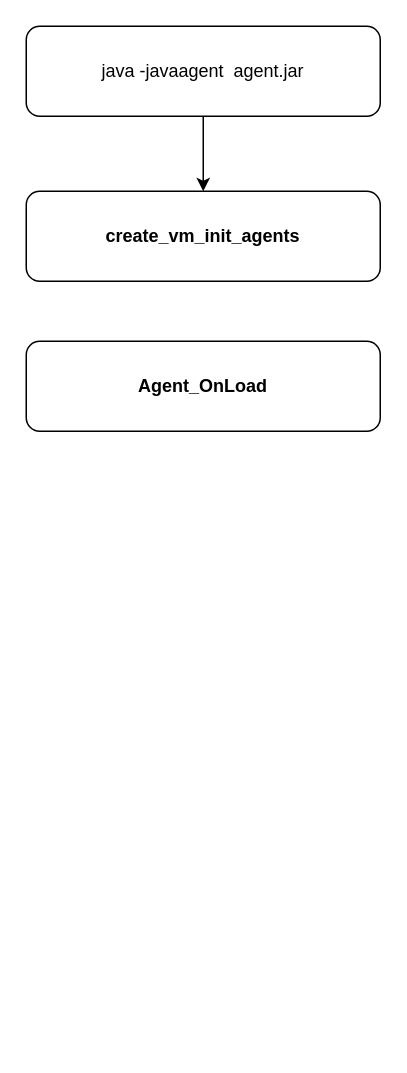
Before: java agent初始化过程.drawio in ChrisFynnWang/algorithm, a draw.io diagram. Source tidied: cells renumbered, new cells numbered last; positions are measured from the earlier drawing's top-left corner, leaving out a move shared by most shapes. Both pictures are drawn from the tidied source at 150%, with x=0, y=0 at pixel (26, 26).
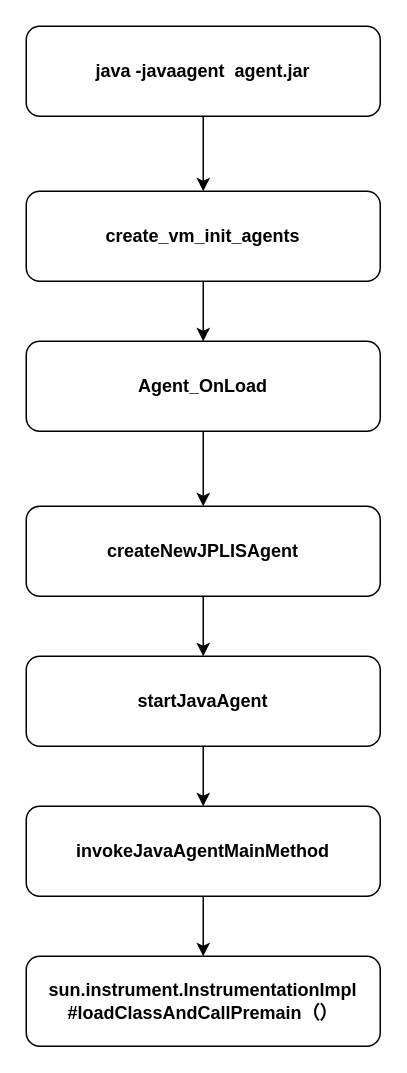
The same diagram, later.

Commit message (it also covers changes not shown here):
更新java agent初始化过程.drawio

What changed in the source:
```diff
@@
 <mxGraphModel>
   <root>
     <mxCell id="0" />
     <mxCell id="1" parent="0" />
     <mxCell id="2" style="edgeStyle=orthogonalEdgeStyle;rounded=0;jettySize=auto;html=1;exitX=0.5;exitY=1;exitDx=0;exitDy=0;entryX=0.5;entryY=0;entryDx=0;entryDy=0;" parent="1" edge="1" source="3" target="4">
       <mxGeometry relative="1" as="geometry" />
     </mxCell>
-    <mxCell id="3" value="java -javaagent&amp;nbsp; agent.jar" style="rounded=1;whiteSpace=wrap;html=1;" parent="1" vertex="1">
+    <mxCell id="3" value="java -javaagent&amp;nbsp; agent.jar" style="rounded=1;whiteSpace=wrap;html=1;fontStyle=1;" parent="1" vertex="1">
       <mxGeometry width="236" height="60" as="geometry" />
     </mxCell>
+    <mxCell id="6" style="edgeStyle=orthogonalEdgeStyle;rounded=0;jettySize=auto;html=1;exitX=0.5;exitY=1;exitDx=0;exitDy=0;entryX=0.5;entryY=0;entryDx=0;entryDy=0;" parent="1" edge="1" source="4" target="5">
+      <mxGeometry relative="1" as="geometry" />
+    </mxCell>
     <mxCell id="4" value="create_vm_init_agents" style="rounded=1;whiteSpace=wrap;html=1;fontStyle=1;" parent="1" vertex="1">
       <mxGeometry y="110" width="236" height="60" as="geometry" />
     </mxCell>
+    <mxCell id="7" style="edgeStyle=orthogonalEdgeStyle;rounded=0;jettySize=auto;html=1;exitX=0.5;exitY=1;exitDx=0;exitDy=0;" parent="1" edge="1" source="5" target="9">
+      <mxGeometry relative="1" as="geometry" />
+    </mxCell>
     <mxCell id="5" value="Agent_OnLoad" style="rounded=1;whiteSpace=wrap;html=1;fontStyle=1;" parent="1" vertex="1">
       <mxGeometry y="210" width="236" height="60" as="geometry" />
     </mxCell>
+    <mxCell id="8" style="edgeStyle=orthogonalEdgeStyle;rounded=0;jettySize=auto;html=1;exitX=0.5;exitY=1;exitDx=0;exitDy=0;" parent="1" edge="1" source="9" target="11">
+      <mxGeometry relative="1" as="geometry" />
+    </mxCell>
+    <mxCell id="9" value="createNewJPLISAgent" style="rounded=1;whiteSpace=wrap;html=1;fontStyle=1;" parent="1" vertex="1">
+      <mxGeometry y="320" width="236" height="60" as="geometry" />
+    </mxCell>
+    <mxCell id="10" style="edgeStyle=orthogonalEdgeStyle;rounded=0;jettySize=auto;html=1;exitX=0.5;exitY=1;exitDx=0;exitDy=0;entryX=0.5;entryY=0;entryDx=0;entryDy=0;" parent="1" edge="1" source="11" target="13">
+      <mxGeometry relative="1" as="geometry" />
+    </mxCell>
+    <mxCell id="11" value="startJavaAgent" style="rounded=1;whiteSpace=wrap;html=1;fontStyle=1;" parent="1" vertex="1">
+      <mxGeometry y="420" width="236" height="60" as="geometry" />
+    </mxCell>
+    <mxCell id="12" style="edgeStyle=orthogonalEdgeStyle;rounded=0;jettySize=auto;html=1;exitX=0.5;exitY=1;exitDx=0;exitDy=0;" parent="1" edge="1" source="13" target="14">
+      <mxGeometry relative="1" as="geometry" />
+    </mxCell>
+    <mxCell id="13" value="invokeJavaAgentMainMethod" style="rounded=1;whiteSpace=wrap;html=1;fontStyle=1;" parent="1" vertex="1">
+      <mxGeometry y="520" width="236" height="60" as="geometry" />
+    </mxCell>
+    <mxCell id="14" value="sun.instrument.InstrumentationImpl&lt;br&gt;#loadClassAndCallPremain（）" style="rounded=1;whiteSpace=wrap;html=1;fontStyle=1;" parent="1" vertex="1">
+      <mxGeometry y="620" width="236" height="60" as="geometry" />
+    </mxCell>
   </root>
 </mxGraphModel>
```
